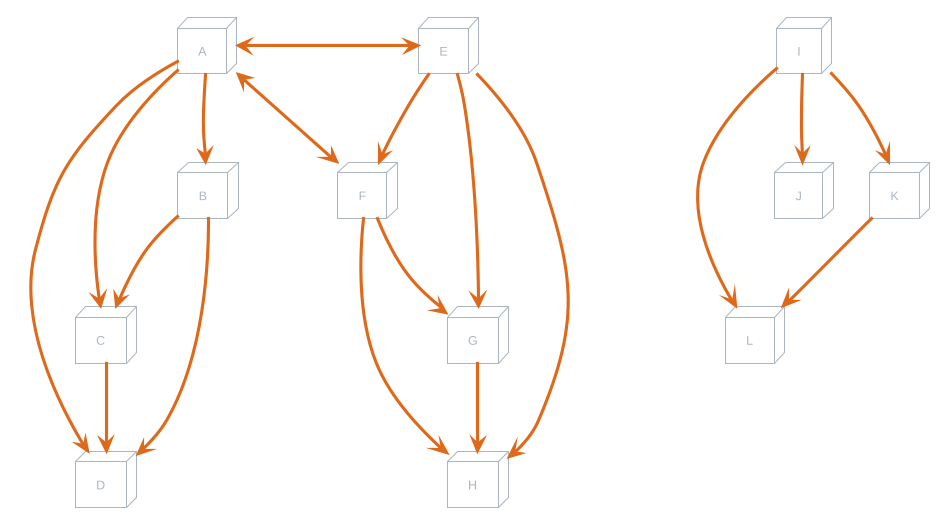
The PlantUML diagram Meeting_Graph.png in TheLetterTheta/Zeitplan, before a commit.
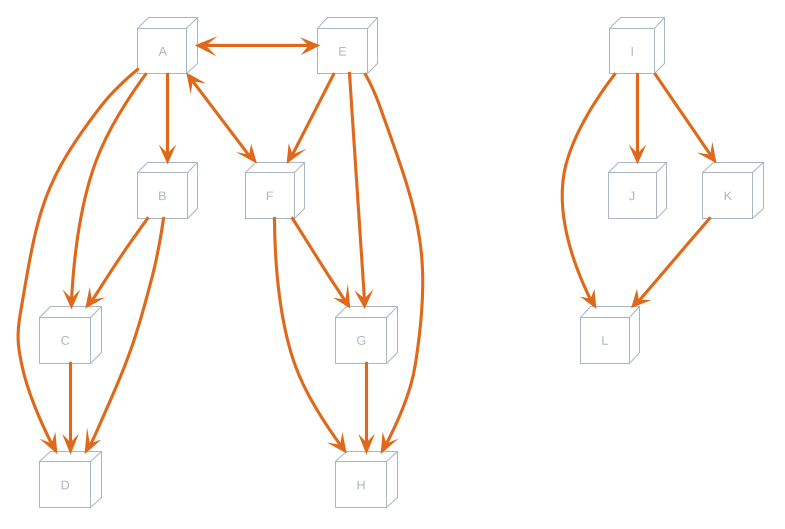
The same diagram one commit later.

Diff of the diagram source:
```diff
@@ -14,25 +14,25 @@
 node K
 node L
 
-A -down-> B : subset
-B -down-> C : subset
-C -down-> D : subset
-A -> C : subset
-A -> D : subset
-B -> D : subset
+A -down-> B : ⊂
+B -down-> C : ⊂
+C -down-> D : ⊂
+A -> C : ⊂
+A -> D : ⊂
+B -> D : ⊂
 
-E -down-> F : subset
-F -down-> G : subset
-G -down-> H : subset
-E -> G : subset
-E -> H : subset
-F -> H : subset
+E -down-> F : ⊂
+F -down-> G : ⊂
+G -down-> H : ⊂
+E -> G : ⊂
+E -> H : ⊂
+F -> H : ⊂
 
-I -down-> J : subset
-I -down-> K : subset
-K -down-> L : subset
-I -> L : subset
+I -down-> J : ⊂
+I -down-> K : ⊂
+K -down-> L : ⊂
+I -> L : ⊂
 
-A <-> E : intersects
-A <-> F : intersects
+A <-> E : ∩
+A <-> F : ∩
 @enduml
```
